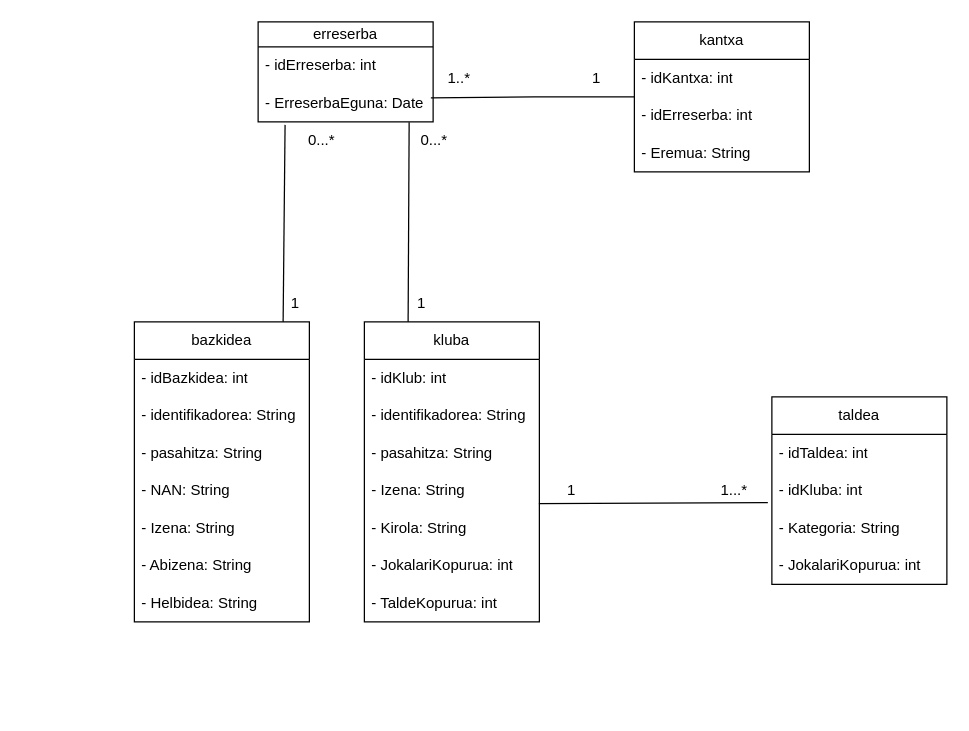
Earlier version of the draw.io diagram C#/Diagramak/C_KlaseDiagrama.drawio (iguisado228/3Erronka). Source tidied: cells renumbered, new cells numbered last; positions are measured from the earlier drawing's top-left corner, leaving out a move shared by most shapes. Both pictures are drawn from the tidied source at 125%, with x=0, y=0 at pixel (134, 21).
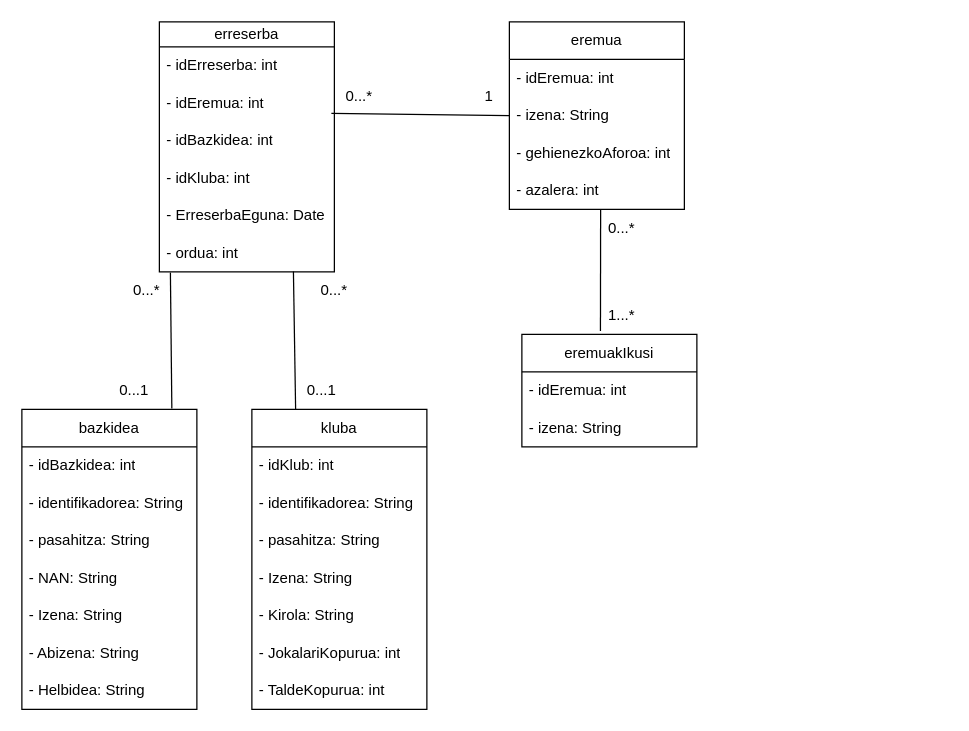
The same diagram, later.

The change refers to these unchanged cells:
```xml
<mxCell id="6" value="- Izena: String" style="text;strokeColor=none;fillColor=none;align=left;verticalAlign=middle;spacingLeft=4;spacingRight=4;overflow=hidden;points=[[0,0.5],[1,0.5]];portConstraint=eastwest;whiteSpace=wrap;html=1;" parent="2" vertex="1">
  <mxGeometry y="120" width="140" height="30" as="geometry" />
</mxCell>
```

Diff of the diagram source:
```diff
@@
     <mxCell id="2" value="kluba" style="swimlane;fontStyle=0;horizontal=1;startSize=30;whiteSpace=wrap;html=1;" parent="1" vertex="1">
-      <mxGeometry x="184" y="240" width="140" height="240" as="geometry" />
+      <mxGeometry x="94" y="310" width="140" height="240" as="geometry" />
     </mxCell>
@@
     <mxCell id="10" value="bazkidea" style="swimlane;fontStyle=0;horizontal=1;startSize=30;whiteSpace=wrap;html=1;" parent="1" vertex="1">
-      <mxGeometry y="240" width="140" height="240" as="geometry" />
+      <mxGeometry x="-90" y="310" width="140" height="240" as="geometry" />
     </mxCell>
@@
     <mxCell id="18" value="erreserba" style="swimlane;fontStyle=0;horizontal=1;startSize=20;whiteSpace=wrap;html=1;" parent="1" vertex="1">
-      <mxGeometry x="99" width="140" height="80" as="geometry" />
+      <mxGeometry x="20" width="140" height="200" as="geometry" />
     </mxCell>
@@
+    <mxCell id="42" value="- idEremua: int" style="text;strokeColor=none;fillColor=none;align=left;verticalAlign=middle;spacingLeft=4;spacingRight=4;overflow=hidden;whiteSpace=wrap;html=1;" parent="18" vertex="1">
+      <mxGeometry y="50" width="140" height="30" as="geometry" />
+    </mxCell>
-    <mxCell id="20" value="- ErreserbaEguna: Date" style="text;strokeColor=none;fillColor=none;align=left;verticalAlign=middle;spacingLeft=4;spacingRight=4;overflow=hidden;points=[[0,0.5],[1,0.5]];portConstraint=eastwest;whiteSpace=wrap;html=1;" parent="18" vertex="1">
-      <mxGeometry y="50" width="140" height="30" as="geometry" />
+    <mxCell id="20" value="- idBazkidea: int" style="text;strokeColor=none;fillColor=none;align=left;verticalAlign=middle;spacingLeft=4;spacingRight=4;overflow=hidden;points=[[0,0.5],[1,0.5]];portConstraint=eastwest;whiteSpace=wrap;html=1;" parent="18" vertex="1">
+      <mxGeometry y="80" width="140" height="30" as="geometry" />
     </mxCell>
-    <mxCell id="21" value="kantxa" style="swimlane;fontStyle=0;horizontal=1;startSize=30;whiteSpace=wrap;html=1;" parent="1" vertex="1">
-      <mxGeometry x="400" width="140" height="120" as="geometry" />
-    </mxCell>
-    <mxCell id="22" value="- idKantxa: int" style="text;strokeColor=none;fillColor=none;align=left;verticalAlign=middle;spacingLeft=4;spacingRight=4;overflow=hidden;whiteSpace=wrap;html=1;" parent="21" vertex="1">
-      <mxGeometry y="30" width="140" height="30" as="geometry" />
-    </mxCell>
-    <mxCell id="23" value="- idErreserba: int" style="text;strokeColor=none;fillColor=none;align=left;verticalAlign=middle;spacingLeft=4;spacingRight=4;overflow=hidden;points=[[0,0.5],[1,0.5]];portConstraint=eastwest;whiteSpace=wrap;html=1;" parent="21" vertex="1">
-      <mxGeometry y="60" width="140" height="30" as="geometry" />
-    </mxCell>
-    <mxCell id="24" value="- Eremua: String" style="text;strokeColor=none;fillColor=none;align=left;verticalAlign=middle;spacingLeft=4;spacingRight=4;overflow=hidden;whiteSpace=wrap;html=1;" parent="21" vertex="1">
-      <mxGeometry y="90" width="140" height="30" as="geometry" />
-    </mxCell>
-    <mxCell id="25" value="taldea" style="swimlane;fontStyle=0;horizontal=1;startSize=30;whiteSpace=wrap;html=1;" parent="1" vertex="1">
-      <mxGeometry x="510" y="300" width="140" height="150" as="geometry" />
-    </mxCell>
-    <mxCell id="26" value="- idTaldea: int" style="text;strokeColor=none;fillColor=none;align=left;verticalAlign=middle;spacingLeft=4;spacingRight=4;overflow=hidden;whiteSpace=wrap;html=1;" parent="25" vertex="1">
-      <mxGeometry y="30" width="140" height="30" as="geometry" />
-    </mxCell>
-    <mxCell id="27" value="- idKluba: int" style="text;strokeColor=none;fillColor=none;align=left;verticalAlign=middle;spacingLeft=4;spacingRight=4;overflow=hidden;points=[[0,0.5],[1,0.5]];portConstraint=eastwest;whiteSpace=wrap;html=1;" parent="25" vertex="1">
-      <mxGeometry y="60" width="140" height="30" as="geometry" />
+    <mxCell id="27" value="- idKluba: int" style="text;strokeColor=none;fillColor=none;align=left;verticalAlign=middle;spacingLeft=4;spacingRight=4;overflow=hidden;points=[[0,0.5],[1,0.5]];portConstraint=eastwest;whiteSpace=wrap;html=1;" parent="18" vertex="1">
+      <mxGeometry y="110" width="140" height="30" as="geometry" />
     </mxCell>
-    <mxCell id="28" value="- Kategoria: String" style="text;strokeColor=none;fillColor=none;align=left;verticalAlign=middle;spacingLeft=4;spacingRight=4;overflow=hidden;whiteSpace=wrap;html=1;" parent="25" vertex="1">
-      <mxGeometry y="90" width="140" height="30" as="geometry" />
-    </mxCell>
-    <mxCell id="29" value="- JokalariKopurua: int&amp;nbsp;" style="text;strokeColor=none;fillColor=none;align=left;verticalAlign=middle;spacingLeft=4;spacingRight=4;overflow=hidden;whiteSpace=wrap;html=1;" parent="25" vertex="1">
-      <mxGeometry y="120" width="140" height="30" as="geometry" />
-    </mxCell>
-    <mxCell id="30" style="endArrow=none;html=1;rounded=0;exitX=0.997;exitY=0.847;exitDx=0;exitDy=0;exitPerimeter=0;entryX=-0.023;entryY=0.82;entryDx=0;entryDy=0;entryPerimeter=0;" parent="1" edge="1" source="6" target="27">
-      <mxGeometry relative="1" as="geometry" />
-    </mxCell>
-    <mxCell id="31" value="1...*" style="text;html=1;align=center;verticalAlign=middle;whiteSpace=wrap;rounded=0;" parent="1" vertex="1">
-      <mxGeometry x="450" y="360" width="60" height="30" as="geometry" />
-    </mxCell>
-    <mxCell id="32" value="1" style="text;html=1;align=center;verticalAlign=middle;whiteSpace=wrap;rounded=0;" parent="1" vertex="1">
-      <mxGeometry x="320" y="360" width="60" height="30" as="geometry" />
-    </mxCell>
+    <mxCell id="43" value="- ErreserbaEguna: Date" style="text;strokeColor=none;fillColor=none;align=left;verticalAlign=middle;spacingLeft=4;spacingRight=4;overflow=hidden;whiteSpace=wrap;html=1;" parent="18" vertex="1">
+      <mxGeometry y="140" width="140" height="30" as="geometry" />
+    </mxCell>
+    <mxCell id="44" value="- ordua: int&amp;nbsp;" style="text;strokeColor=none;fillColor=none;align=left;verticalAlign=middle;spacingLeft=4;spacingRight=4;overflow=hidden;points=[[0,0.5],[1,0.5]];portConstraint=eastwest;whiteSpace=wrap;html=1;" parent="18" vertex="1">
+      <mxGeometry y="170" width="140" height="30" as="geometry" />
+    </mxCell>
-    <mxCell id="33" style="endArrow=none;html=1;rounded=0;exitX=0.85;exitY=0;exitDx=0;exitDy=0;exitPerimeter=0;entryX=0.154;entryY=1.08;entryDx=0;entryDy=0;entryPerimeter=0;" parent="1" edge="1" source="10" target="20">
+    <mxCell id="33" style="endArrow=none;html=1;rounded=0;exitX=0.857;exitY=-0.003;exitDx=0;exitDy=0;exitPerimeter=0;entryX=0.063;entryY=1.02;entryDx=0;entryDy=0;entryPerimeter=0;" parent="1" edge="1" source="10" target="44">
       <mxGeometry relative="1" as="geometry" />
     </mxCell>
-    <mxCell id="34" value="1" style="text;html=1;align=center;verticalAlign=middle;whiteSpace=wrap;rounded=0;" parent="1" vertex="1">
-      <mxGeometry x="200" y="210" width="60" height="30" as="geometry" />
+    <mxCell id="34" value="0...1" style="text;html=1;align=center;verticalAlign=middle;whiteSpace=wrap;rounded=0;" parent="1" vertex="1">
+      <mxGeometry x="120" y="280" width="60" height="30" as="geometry" />
     </mxCell>
     <mxCell id="35" value="0...*" style="text;html=1;align=center;verticalAlign=middle;whiteSpace=wrap;rounded=0;" parent="1" vertex="1">
-      <mxGeometry x="210" y="80" width="60" height="30" as="geometry" />
+      <mxGeometry x="130" y="200" width="60" height="30" as="geometry" />
     </mxCell>
-    <mxCell id="36" style="endArrow=none;html=1;rounded=0;entryX=0;entryY=0;entryDx=0;entryDy=0;entryPerimeter=0;exitX=0.12;exitY=1.027;exitDx=0;exitDy=0;exitPerimeter=0;" parent="1" edge="1" source="37" target="23">
-      <mxGeometry relative="1" as="geometry">
-        <Array as="points">
-          <mxPoint x="320" y="60" />
-        </Array>
-      </mxGeometry>
-    </mxCell>
-    <mxCell id="37" value="1..*" style="text;html=1;align=center;verticalAlign=middle;whiteSpace=wrap;rounded=0;" parent="1" vertex="1">
-      <mxGeometry x="230" y="30" width="60" height="30" as="geometry" />
-    </mxCell>
-    <mxCell id="38" value="1" style="text;html=1;align=center;verticalAlign=middle;whiteSpace=wrap;rounded=0;" parent="1" vertex="1">
-      <mxGeometry x="340" y="30" width="60" height="30" as="geometry" />
-    </mxCell>
-    <mxCell id="39" style="endArrow=none;html=1;rounded=0;exitX=0.25;exitY=0;exitDx=0;exitDy=0;entryX=0.863;entryY=1.013;entryDx=0;entryDy=0;entryPerimeter=0;" parent="1" edge="1" source="2" target="20">
+    <mxCell id="39" style="endArrow=none;html=1;rounded=0;exitX=0.25;exitY=0;exitDx=0;exitDy=0;entryX=0.766;entryY=0.993;entryDx=0;entryDy=0;entryPerimeter=0;" parent="1" edge="1" source="2" target="44">
       <mxGeometry relative="1" as="geometry" />
     </mxCell>
     <mxCell id="40" value="0...*" style="text;html=1;align=center;verticalAlign=middle;whiteSpace=wrap;rounded=0;" parent="1" vertex="1">
-      <mxGeometry x="120" y="80" width="60" height="30" as="geometry" />
+      <mxGeometry x="-20" y="200" width="60" height="30" as="geometry" />
     </mxCell>
-    <mxCell id="41" value="1" style="text;html=1;align=center;verticalAlign=middle;whiteSpace=wrap;rounded=0;" parent="1" vertex="1">
-      <mxGeometry x="99" y="210" width="60" height="30" as="geometry" />
-    </mxCell>
+    <mxCell id="45" style="endArrow=none;html=1;rounded=0;exitX=0.85;exitY=0;exitDx=0;exitDy=0;exitPerimeter=0;" parent="1" edge="1" source="10">
+      <mxGeometry relative="1" as="geometry">
+        <mxPoint x="29" y="310" as="targetPoint" />
+      </mxGeometry>
+    </mxCell>
+    <mxCell id="46" value="eremuakIkusi" style="swimlane;fontStyle=0;horizontal=1;startSize=30;whiteSpace=wrap;html=1;" parent="1" vertex="1">
+      <mxGeometry x="310" y="250" width="140" height="90" as="geometry" />
+    </mxCell>
+    <mxCell id="47" value="- idEremua: int" style="text;strokeColor=none;fillColor=none;align=left;verticalAlign=middle;spacingLeft=4;spacingRight=4;overflow=hidden;whiteSpace=wrap;html=1;" parent="46" vertex="1">
+      <mxGeometry y="30" width="140" height="30" as="geometry" />
+    </mxCell>
+    <mxCell id="48" value="- izena: String" style="text;strokeColor=none;fillColor=none;align=left;verticalAlign=middle;spacingLeft=4;spacingRight=4;overflow=hidden;whiteSpace=wrap;html=1;" parent="46" vertex="1">
+      <mxGeometry y="60" width="140" height="30" as="geometry" />
+    </mxCell>
+    <mxCell id="49" value="eremua" style="swimlane;fontStyle=0;horizontal=1;startSize=30;whiteSpace=wrap;html=1;" parent="1" vertex="1">
+      <mxGeometry x="300" width="140" height="150" as="geometry" />
+    </mxCell>
+    <mxCell id="50" value="- idEremua: int" style="text;strokeColor=none;fillColor=none;align=left;verticalAlign=middle;spacingLeft=4;spacingRight=4;overflow=hidden;whiteSpace=wrap;html=1;" parent="49" vertex="1">
+      <mxGeometry y="30" width="140" height="30" as="geometry" />
+    </mxCell>
+    <mxCell id="51" value="- izena: String" style="text;strokeColor=none;fillColor=none;align=left;verticalAlign=middle;spacingLeft=4;spacingRight=4;overflow=hidden;points=[[0,0.5],[1,0.5]];portConstraint=eastwest;whiteSpace=wrap;html=1;" parent="49" vertex="1">
+      <mxGeometry y="60" width="140" height="30" as="geometry" />
+    </mxCell>
+    <mxCell id="52" value="- gehienezkoAforoa: int" style="text;strokeColor=none;fillColor=none;align=left;verticalAlign=middle;spacingLeft=4;spacingRight=4;overflow=hidden;whiteSpace=wrap;html=1;" parent="49" vertex="1">
+      <mxGeometry y="90" width="140" height="30" as="geometry" />
+    </mxCell>
+    <mxCell id="53" value="- azalera: int" style="text;strokeColor=none;fillColor=none;align=left;verticalAlign=middle;spacingLeft=4;spacingRight=4;overflow=hidden;whiteSpace=wrap;html=1;" parent="49" vertex="1">
+      <mxGeometry y="120" width="140" height="30" as="geometry" />
+    </mxCell>
+    <mxCell id="54" value="0...1" style="text;html=1;align=center;verticalAlign=middle;whiteSpace=wrap;rounded=0;" parent="1" vertex="1">
+      <mxGeometry x="-30" y="280" width="60" height="30" as="geometry" />
+    </mxCell>
+    <mxCell id="55" style="endArrow=none;html=1;rounded=0;exitX=0;exitY=0.5;exitDx=0;exitDy=0;entryX=0.127;entryY=0.94;entryDx=0;entryDy=0;entryPerimeter=0;" parent="1" edge="1" source="51" target="57">
+      <mxGeometry relative="1" as="geometry" />
+    </mxCell>
+    <mxCell id="56" value="1" style="text;html=1;align=center;verticalAlign=middle;whiteSpace=wrap;rounded=0;" parent="1" vertex="1">
+      <mxGeometry x="254" y="45" width="60" height="30" as="geometry" />
+    </mxCell>
+    <mxCell id="57" value="0...*" style="text;html=1;align=center;verticalAlign=middle;whiteSpace=wrap;rounded=0;" parent="1" vertex="1">
+      <mxGeometry x="150" y="45" width="60" height="30" as="geometry" />
+    </mxCell>
+    <mxCell id="58" style="endArrow=none;html=1;rounded=0;entryX=0.449;entryY=-0.03;entryDx=0;entryDy=0;entryPerimeter=0;" parent="1" edge="1" target="46">
+      <mxGeometry relative="1" as="geometry">
+        <mxPoint x="373" y="150" as="sourcePoint" />
+      </mxGeometry>
+    </mxCell>
+    <mxCell id="31" value="1...*" style="text;html=1;align=center;verticalAlign=middle;whiteSpace=wrap;rounded=0;" parent="1" vertex="1">
+      <mxGeometry x="360" y="220" width="60" height="30" as="geometry" />
+    </mxCell>
+    <mxCell id="59" value="0...*" style="text;html=1;align=center;verticalAlign=middle;whiteSpace=wrap;rounded=0;" parent="1" vertex="1">
+      <mxGeometry x="360" y="150" width="60" height="30" as="geometry" />
+    </mxCell>
```
